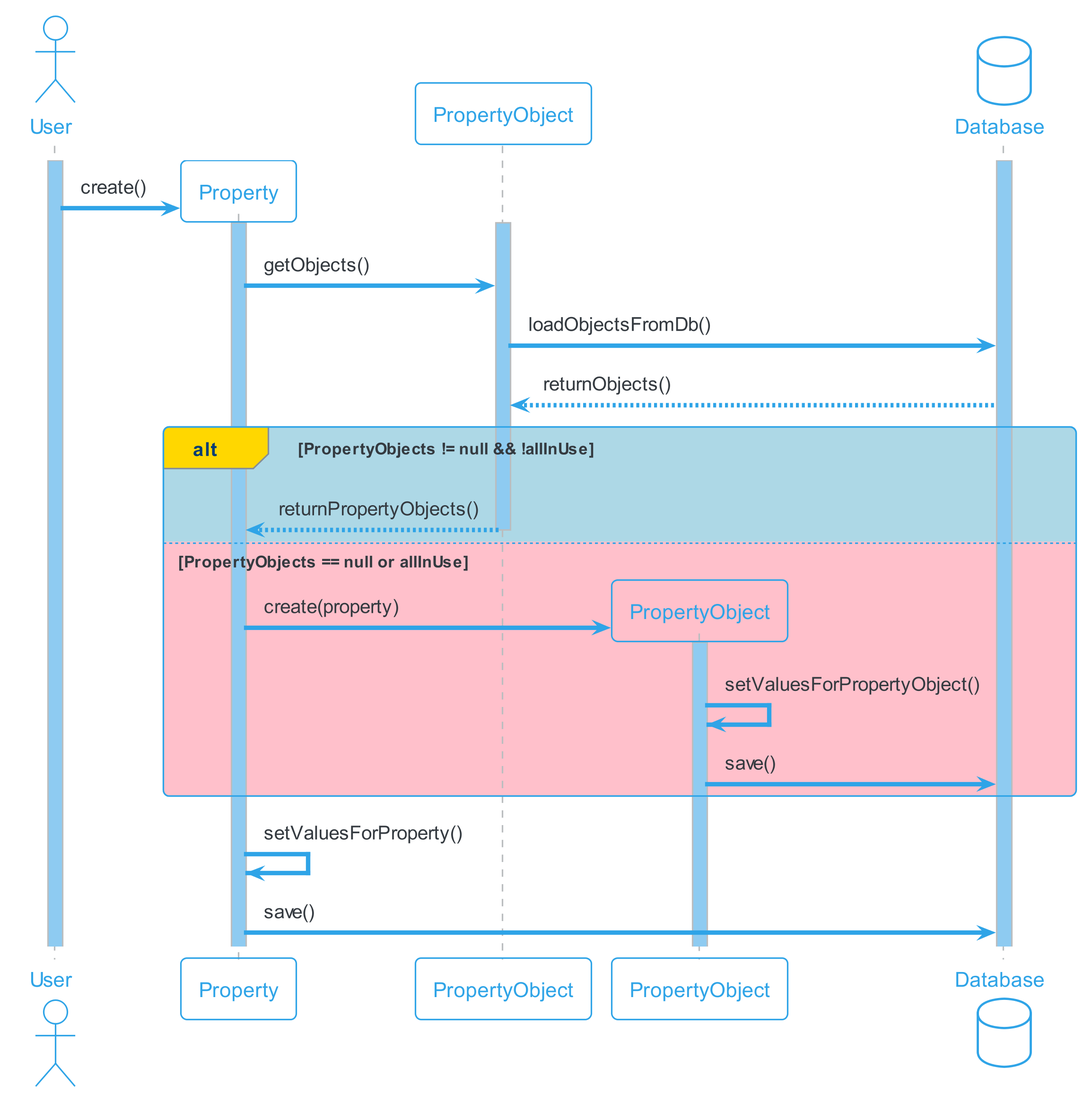
sirtheta/ImmoGlobal_Semesterarbeit keeps this PlantUML diagram as docs/content/diagrams/out/sequenzdiagram/liegenschaftErfassen/LiegenschaftErfassen.png. Above is the earlier version. Its diagram source:
```plantuml
@startuml LiegenschaftErfassen
!theme cerulean-outline

skinparam sequence {
LifeLineBackgroundColor #8ECBF1
ParticipantPadding 2
}
skinparam dpi 300

actor User as user
activate user
participant Property as prop
participant PropertyObject as exprobj
participant PropertyObject as probj
database Database as db
activate db
create prop
user -> prop ++ : create()
activate exprobj
prop -> exprobj : getObjects()
exprobj -> db : loadObjectsFromDb()
db --> exprobj : returnObjects()
alt#Gold #LightBlue PropertyObjects != null && !allInUse
  exprobj --> prop : returnPropertyObjects()
deactivate exprobj
else #Pink PropertyObjects == null or allInUse
  create probj
  prop -> probj ++ : create(property)
  probj -> probj : setValuesForPropertyObject()
  probj -> db : save()
end
prop ->prop : setValuesForProperty()
prop ->db : save()
@enduml
```
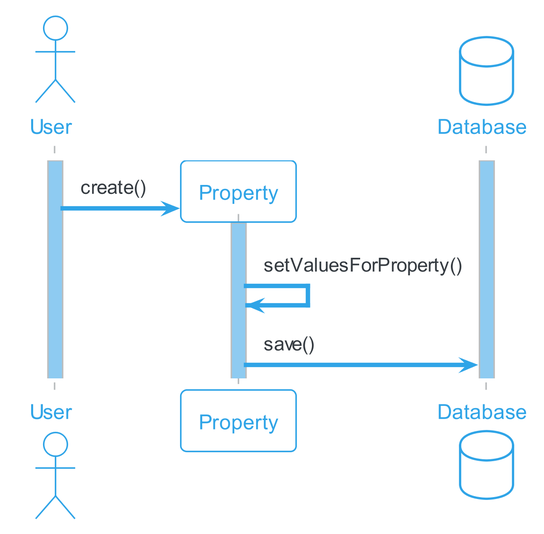
The same diagram one commit later.

The edit, as a diff of the source:
```diff
@@ -10,25 +10,11 @@
 actor User as user
 activate user
 participant Property as prop
-participant PropertyObject as exprobj
-participant PropertyObject as probj
 database Database as db
 activate db
 create prop
-user -> prop ++ : create()
-activate exprobj
-prop -> exprobj : getObjects()
-exprobj -> db : loadObjectsFromDb()
-db --> exprobj : returnObjects()
-alt#Gold #LightBlue PropertyObjects != null && !allInUse
-  exprobj --> prop : returnPropertyObjects()
-deactivate exprobj
-else #Pink PropertyObjects == null or allInUse
-  create probj
-  prop -> probj ++ : create(property)
-  probj -> probj : setValuesForPropertyObject()
-  probj -> db : save()
-end
+user -> prop : create()
+activate prop
 prop ->prop : setValuesForProperty()
 prop ->db : save()
 @enduml
```
